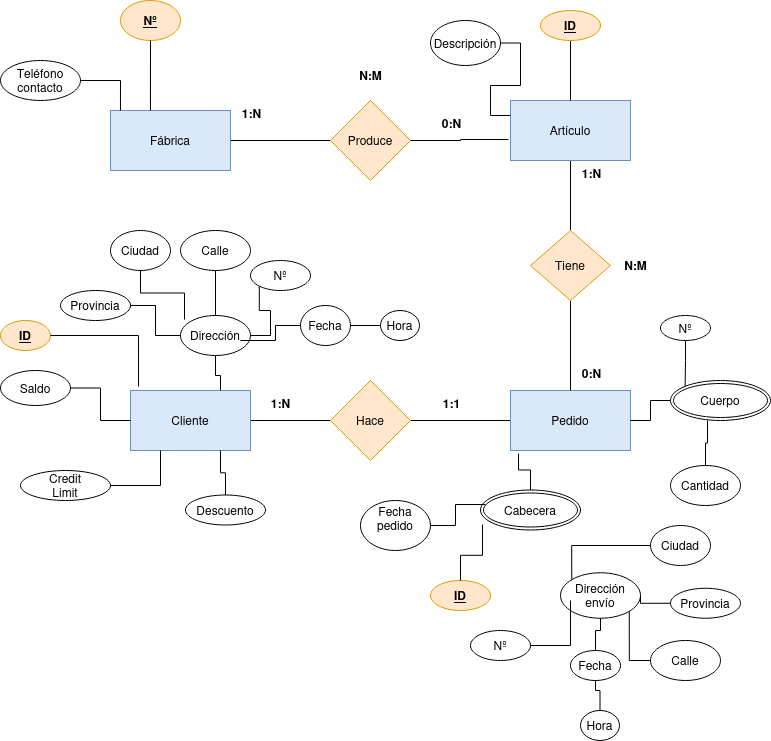
Above: tarea3/tarea3.drawio.png in 21ricardozamora/Base-Datos (draw.io), before the change. Source tidied: cells renumbered, new cells last; positions are measured from the earlier drawing's top-left corner, leaving out a move shared by most shapes.
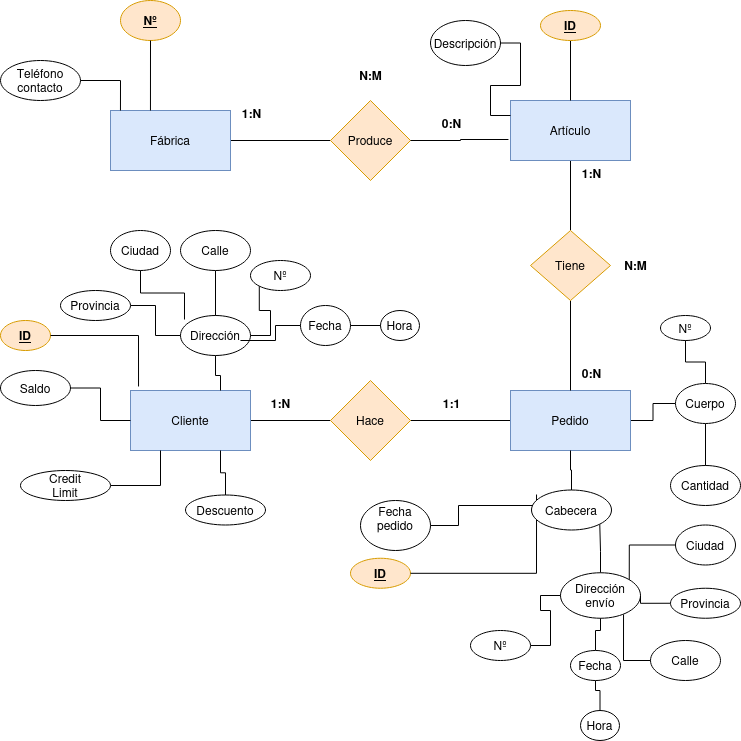
The same diagram one commit later.

Diff of the diagram source:
```diff
@@ -17,6 +17,9 @@
     <mxCell id="6" style="edgeStyle=orthogonalEdgeStyle;rounded=0;jettySize=auto;html=1;endArrow=none;endFill=0;" parent="1" edge="1" source="7" target="14">
       <mxGeometry relative="1" as="geometry" />
     </mxCell>
+    <mxCell id="79" style="edgeStyle=orthogonalEdgeStyle;rounded=0;jettySize=auto;html=1;exitX=1;exitY=0.5;exitDx=0;exitDy=0;entryX=0;entryY=0.5;entryDx=0;entryDy=0;endArrow=none;endFill=0;" parent="1" edge="1" source="7" target="37">
+      <mxGeometry relative="1" as="geometry" />
+    </mxCell>
     <mxCell id="7" value="Pedido" style="whiteSpace=wrap;html=1;fillColor=#dae8fc;strokeColor=#6c8ebf;" parent="1" vertex="1">
       <mxGeometry x="510" y="390" width="120" height="60" as="geometry" />
     </mxCell>
@@ -86,42 +89,33 @@
     <mxCell id="29" value="&lt;u&gt;&lt;b&gt;ID&lt;/b&gt;&lt;/u&gt;" style="ellipse;whiteSpace=wrap;html=1;fillColor=#ffe6cc;strokeColor=#d79b00;" parent="1" vertex="1">
       <mxGeometry x="540" y="10" width="60" height="30" as="geometry" />
     </mxCell>
+    <mxCell id="80" style="edgeStyle=orthogonalEdgeStyle;rounded=0;jettySize=auto;html=1;exitX=0.5;exitY=0;exitDx=0;exitDy=0;entryX=1;entryY=1;entryDx=0;entryDy=0;endArrow=none;endFill=0;" parent="1" edge="1" source="30" target="32">
+      <mxGeometry relative="1" as="geometry" />
+    </mxCell>
     <mxCell id="30" value="&lt;div&gt;Dirección&lt;/div&gt;&lt;div&gt;envío&lt;br&gt;&lt;/div&gt;" style="ellipse;whiteSpace=wrap;html=1;" parent="1" vertex="1">
       <mxGeometry x="560" y="572.2" width="80" height="45.5" as="geometry" />
     </mxCell>
     <mxCell id="31" value="&lt;u&gt;&lt;b&gt;ID&lt;/b&gt;&lt;/u&gt;" style="ellipse;whiteSpace=wrap;html=1;fillColor=#ffe6cc;strokeColor=#d79b00;" parent="1" vertex="1">
-      <mxGeometry x="430" y="580" width="60" height="30" as="geometry" />
+      <mxGeometry x="350" y="557.8" width="60" height="30" as="geometry" />
     </mxCell>
-    <mxCell id="32" value="Cabecera" style="ellipse;shape=doubleEllipse;margin=3;whiteSpace=wrap;html=1;align=center;" parent="1" vertex="1">
-      <mxGeometry x="480" y="489.5" width="100" height="40" as="geometry" />
-    </mxCell>
-    <mxCell id="33" style="edgeStyle=orthogonalEdgeStyle;rounded=0;jettySize=auto;html=1;entryX=0.067;entryY=1.05;entryDx=0;entryDy=0;entryPerimeter=0;endArrow=none;endFill=0;" parent="1" edge="1" source="32" target="7">
-      <mxGeometry relative="1" as="geometry" />
-    </mxCell>
-    <mxCell id="34" style="edgeStyle=orthogonalEdgeStyle;rounded=0;jettySize=auto;html=1;entryX=0.02;entryY=0.863;entryDx=0;entryDy=0;entryPerimeter=0;endArrow=none;endFill=0;" parent="1" edge="1" source="31" target="32">
+    <mxCell id="34" style="edgeStyle=orthogonalEdgeStyle;rounded=0;jettySize=auto;html=1;entryX=0.063;entryY=0.113;entryDx=0;entryDy=0;entryPerimeter=0;endArrow=none;endFill=0;" parent="1" edge="1" source="31" target="32">
       <mxGeometry relative="1" as="geometry" />
     </mxCell>
-    <mxCell id="35" style="edgeStyle=orthogonalEdgeStyle;rounded=0;jettySize=auto;html=1;entryX=0.05;entryY=0.363;entryDx=0;entryDy=0;entryPerimeter=0;endArrow=none;endFill=0;" parent="1" edge="1" source="25" target="32">
-      <mxGeometry relative="1" as="geometry" />
+    <mxCell id="35" style="edgeStyle=orthogonalEdgeStyle;rounded=0;jettySize=auto;html=1;entryX=0;entryY=0;entryDx=0;entryDy=0;endArrow=none;endFill=0;" parent="1" edge="1" source="25" target="32">
+      <mxGeometry relative="1" as="geometry">
+        <Array as="points">
+          <mxPoint x="458" y="525" />
+          <mxPoint x="458" y="505" />
+          <mxPoint x="543" y="505" />
+        </Array>
+      </mxGeometry>
     </mxCell>
-    <mxCell id="36" style="edgeStyle=orthogonalEdgeStyle;rounded=0;jettySize=auto;html=1;entryX=1;entryY=0.5;entryDx=0;entryDy=0;endArrow=none;endFill=0;" parent="1" edge="1" source="37" target="7">
-      <mxGeometry relative="1" as="geometry" />
-    </mxCell>
-    <mxCell id="37" value="Cuerpo" style="ellipse;shape=doubleEllipse;margin=3;whiteSpace=wrap;html=1;align=center;" parent="1" vertex="1">
-      <mxGeometry x="670" y="380" width="100" height="40" as="geometry" />
-    </mxCell>
     <mxCell id="38" value="Cantidad" style="ellipse;whiteSpace=wrap;html=1;" parent="1" vertex="1">
       <mxGeometry x="670" y="465" width="70" height="40" as="geometry" />
     </mxCell>
-    <mxCell id="39" style="edgeStyle=orthogonalEdgeStyle;rounded=0;jettySize=auto;html=1;entryX=0;entryY=0;entryDx=0;entryDy=0;endArrow=none;endFill=0;" parent="1" edge="1" source="40" target="37">
-      <mxGeometry relative="1" as="geometry" />
-    </mxCell>
     <mxCell id="40" value="Nº" style="ellipse;whiteSpace=wrap;html=1;" parent="1" vertex="1">
       <mxGeometry x="660" y="315" width="50" height="25" as="geometry" />
     </mxCell>
-    <mxCell id="41" style="edgeStyle=orthogonalEdgeStyle;rounded=0;jettySize=auto;html=1;entryX=0.37;entryY=1;entryDx=0;entryDy=0;entryPerimeter=0;endArrow=none;endFill=0;" parent="1" edge="1" source="38" target="37">
-      <mxGeometry relative="1" as="geometry" />
-    </mxCell>
     <mxCell id="42" value="&lt;div&gt;Teléfono&lt;/div&gt;&lt;div&gt;contacto&lt;br&gt;&lt;/div&gt;" style="ellipse;whiteSpace=wrap;html=1;" parent="1" vertex="1">
       <mxGeometry y="60" width="80" height="40" as="geometry" />
     </mxCell>
@@ -193,24 +187,21 @@
     <mxCell id="64" value="Provincia" style="ellipse;whiteSpace=wrap;html=1;" parent="1" vertex="1">
       <mxGeometry x="670" y="587.8" width="70" height="30" as="geometry" />
     </mxCell>
-    <mxCell id="65" style="edgeStyle=orthogonalEdgeStyle;rounded=0;jettySize=auto;html=1;entryX=0;entryY=0;entryDx=0;entryDy=0;endArrow=none;endFill=0;" parent="1" edge="1" source="66" target="30">
+    <mxCell id="65" style="edgeStyle=orthogonalEdgeStyle;rounded=0;jettySize=auto;html=1;exitX=0;exitY=0.5;exitDx=0;exitDy=0;entryX=1;entryY=0;entryDx=0;entryDy=0;endArrow=none;endFill=0;" parent="1" edge="1" source="66" target="30">
       <mxGeometry relative="1" as="geometry" />
     </mxCell>
     <mxCell id="66" value="Ciudad" style="ellipse;whiteSpace=wrap;html=1;" parent="1" vertex="1">
-      <mxGeometry x="650" y="525" width="60" height="40" as="geometry" />
+      <mxGeometry x="675" y="524.5" width="60" height="40" as="geometry" />
     </mxCell>
-    <mxCell id="67" style="edgeStyle=orthogonalEdgeStyle;rounded=0;jettySize=auto;html=1;entryX=1;entryY=1;entryDx=0;entryDy=0;endArrow=none;endFill=0;" parent="1" edge="1" source="68" target="30">
-      <mxGeometry relative="1" as="geometry" />
-    </mxCell>
     <mxCell id="68" value="Calle" style="ellipse;whiteSpace=wrap;html=1;" parent="1" vertex="1">
       <mxGeometry x="650" y="640" width="70" height="40" as="geometry" />
     </mxCell>
+    <mxCell id="70" style="edgeStyle=orthogonalEdgeStyle;rounded=0;jettySize=auto;html=1;entryX=0;entryY=0.5;entryDx=0;entryDy=0;endArrow=none;endFill=0;" parent="1" edge="1" source="69" target="30">
+      <mxGeometry relative="1" as="geometry" />
+    </mxCell>
     <mxCell id="69" value="Nº" style="ellipse;whiteSpace=wrap;html=1;" parent="1" vertex="1">
       <mxGeometry x="470" y="630" width="60" height="30" as="geometry" />
     </mxCell>
-    <mxCell id="70" style="edgeStyle=orthogonalEdgeStyle;rounded=0;jettySize=auto;html=1;entryX=0.125;entryY=0.61;entryDx=0;entryDy=0;entryPerimeter=0;endArrow=none;endFill=0;" parent="1" edge="1" source="69" target="30">
-      <mxGeometry relative="1" as="geometry" />
-    </mxCell>
     <mxCell id="71" value="&lt;b&gt;1:N&lt;/b&gt;" style="text;html=1;align=center;verticalAlign=middle;strokeColor=none;fillColor=none;" parent="1" vertex="1">
       <mxGeometry x="231" y="98" width="40" height="30" as="geometry" />
     </mxCell>
@@ -235,5 +226,23 @@
     <mxCell id="78" value="&lt;b&gt;1:1&lt;/b&gt;" style="text;html=1;align=center;verticalAlign=middle;strokeColor=none;fillColor=none;" parent="1" vertex="1">
       <mxGeometry x="431" y="388" width="40" height="30" as="geometry" />
     </mxCell>
+    <mxCell id="33" style="edgeStyle=orthogonalEdgeStyle;rounded=0;jettySize=auto;html=1;entryX=0.5;entryY=1;entryDx=0;entryDy=0;endArrow=none;endFill=0;" parent="1" edge="1" source="32" target="7">
+      <mxGeometry relative="1" as="geometry" />
+    </mxCell>
+    <mxCell id="32" value="Cabecera" style="ellipse;whiteSpace=wrap;html=1;" parent="1" vertex="1">
+      <mxGeometry x="531" y="489.5" width="80" height="40" as="geometry" />
+    </mxCell>
+    <mxCell id="67" style="edgeStyle=orthogonalEdgeStyle;rounded=0;jettySize=auto;html=1;exitX=0;exitY=0.5;exitDx=0;exitDy=0;entryX=0.788;entryY=0.918;entryDx=0;entryDy=0;entryPerimeter=0;endArrow=none;endFill=0;" parent="1" edge="1" source="68" target="30">
+      <mxGeometry relative="1" as="geometry" />
+    </mxCell>
+    <mxCell id="81" style="edgeStyle=orthogonalEdgeStyle;rounded=0;jettySize=auto;html=1;entryX=0.5;entryY=1;entryDx=0;entryDy=0;endArrow=none;endFill=0;" parent="1" edge="1" source="37" target="40">
+      <mxGeometry relative="1" as="geometry" />
+    </mxCell>
+    <mxCell id="82" style="edgeStyle=orthogonalEdgeStyle;rounded=0;jettySize=auto;html=1;endArrow=none;endFill=0;" parent="1" edge="1" source="37" target="38">
+      <mxGeometry relative="1" as="geometry" />
+    </mxCell>
+    <mxCell id="37" value="Cuerpo" style="ellipse;whiteSpace=wrap;html=1;" parent="1" vertex="1">
+      <mxGeometry x="675" y="383" width="60" height="40" as="geometry" />
+    </mxCell>
   </root>
 </mxGraphModel>
```
